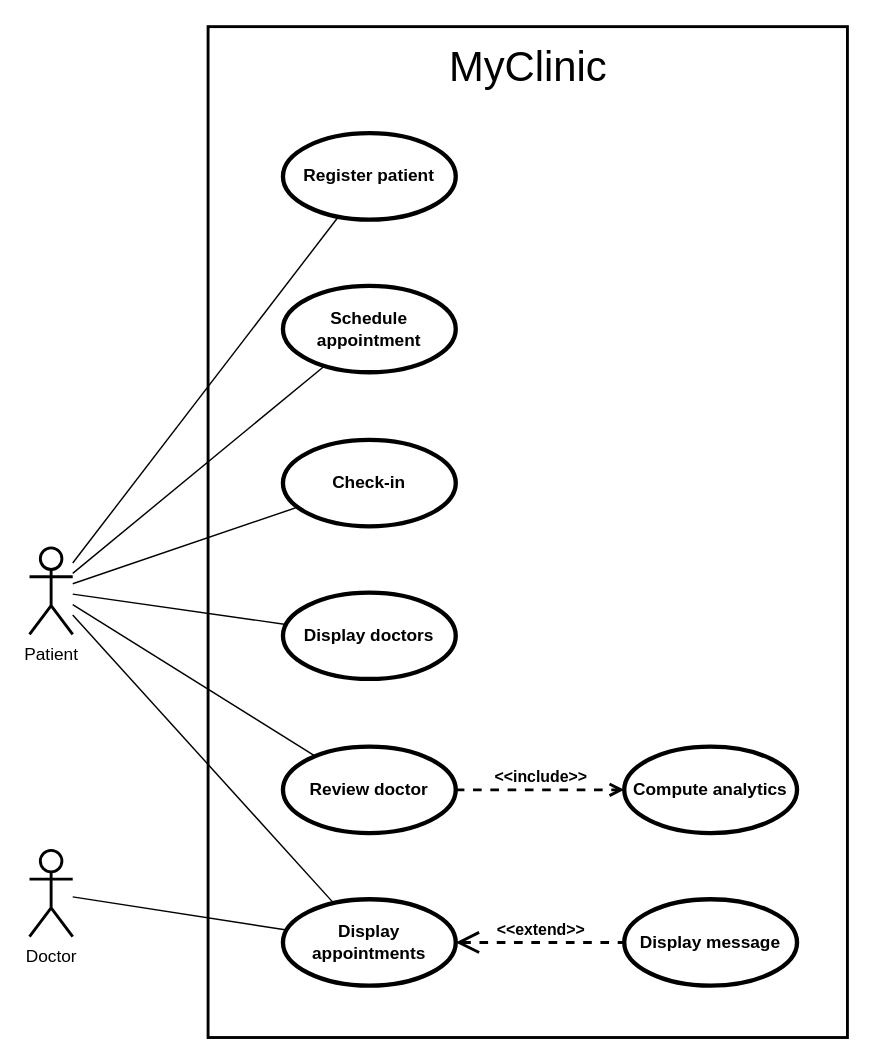
RafaelCMira/myclinic-msp-project keeps this draw.io diagram as Diagrams/UseCase/Use Cases.drawio. Above is the earlier version. Source tidied: cells renumbered, new cells numbered last; positions are measured from the earlier drawing's top-left corner, leaving out a move shared by most shapes. Both pictures are drawn from the tidied source at 144%, with x=0, y=0 at pixel (29, 26).
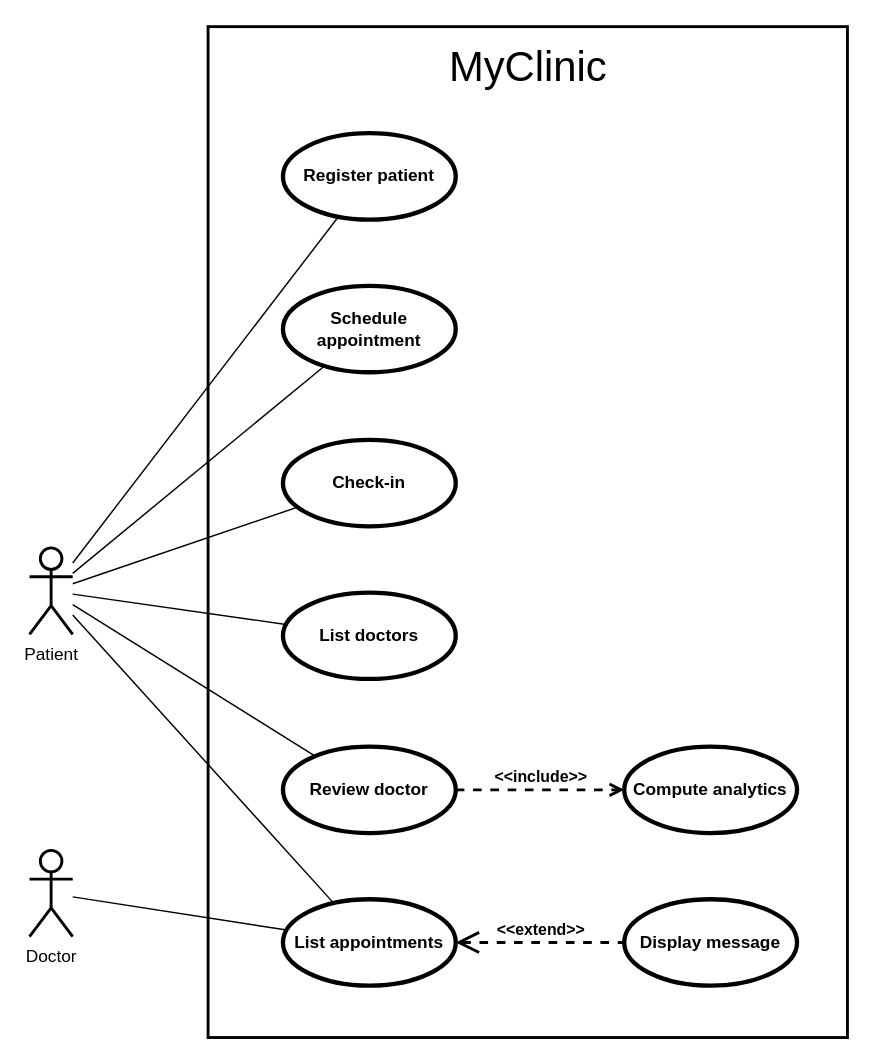
After the change.

What changed in the source:
```diff
@@
-    <mxCell id="10" value="Display doctors" style="shape=ellipse;html=1;strokeWidth=3;fontStyle=1;whiteSpace=wrap;align=center;perimeter=ellipsePerimeter;" parent="1" vertex="1">
+    <mxCell id="10" value="List doctors" style="shape=ellipse;html=1;strokeWidth=3;fontStyle=1;whiteSpace=wrap;align=center;perimeter=ellipsePerimeter;" parent="1" vertex="1">
       <mxGeometry x="176" y="393" width="120" height="60" as="geometry" />
     </mxCell>
@@
-    <mxCell id="13" value="Display appointments" style="shape=ellipse;html=1;strokeWidth=3;fontStyle=1;whiteSpace=wrap;align=center;perimeter=ellipsePerimeter;" parent="1" vertex="1">
+    <mxCell id="13" value="List appointments" style="shape=ellipse;html=1;strokeWidth=3;fontStyle=1;whiteSpace=wrap;align=center;perimeter=ellipsePerimeter;" parent="1" vertex="1">
       <mxGeometry x="176" y="606" width="120" height="60" as="geometry" />
     </mxCell>
```
